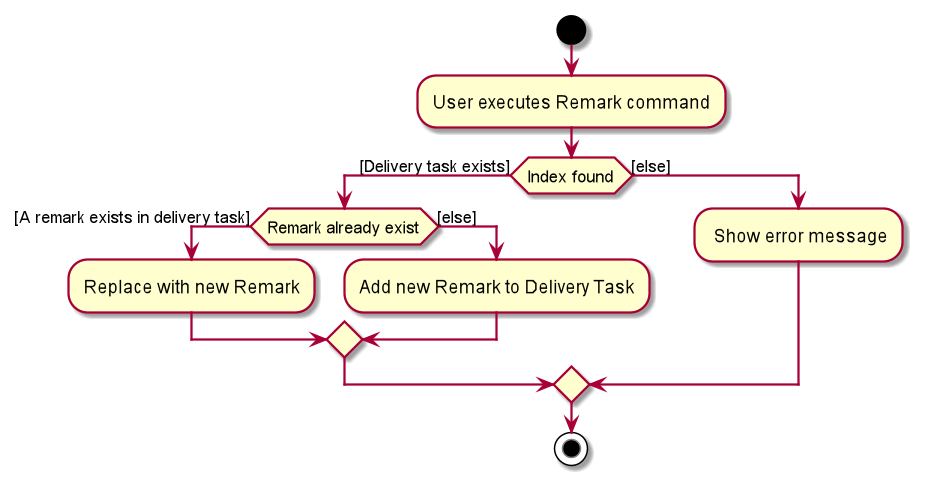
nus-cs2103-AY2021S2/tp keeps this PlantUML diagram as docs/images/RemarkCommandActivityDiagram.png. Above is the earlier version. The source it was exported from:
```plantuml
@startuml
start
:User executes Remark command;


if (Index found) then ([Delivery task exists])
    if (Remark already exist) then ([A remark exists in delivery task])
        :Replace with new Remark;
    else ([else])
        :Add new Remark to Delivery Task;
    endif
else ([else])
    : Show error message;
endif
stop

@enduml
```
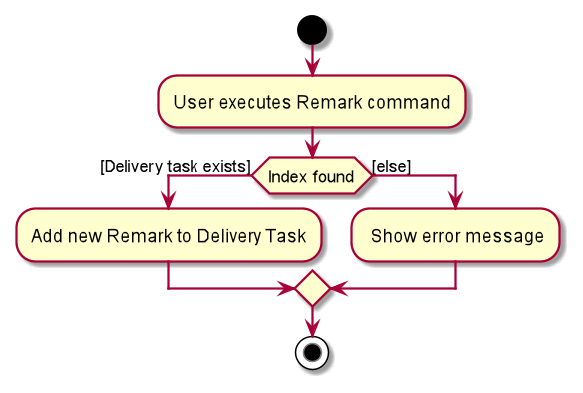
Later version of the same file.

What changed in the source:
```diff
@@ -4,14 +4,9 @@
 
 
 if (Index found) then ([Delivery task exists])
-    if (Remark already exist) then ([A remark exists in delivery task])
-        :Replace with new Remark;
-    else ([else])
         :Add new Remark to Delivery Task;
-    endif
 else ([else])
     : Show error message;
 endif
 stop
-
 @enduml
```
